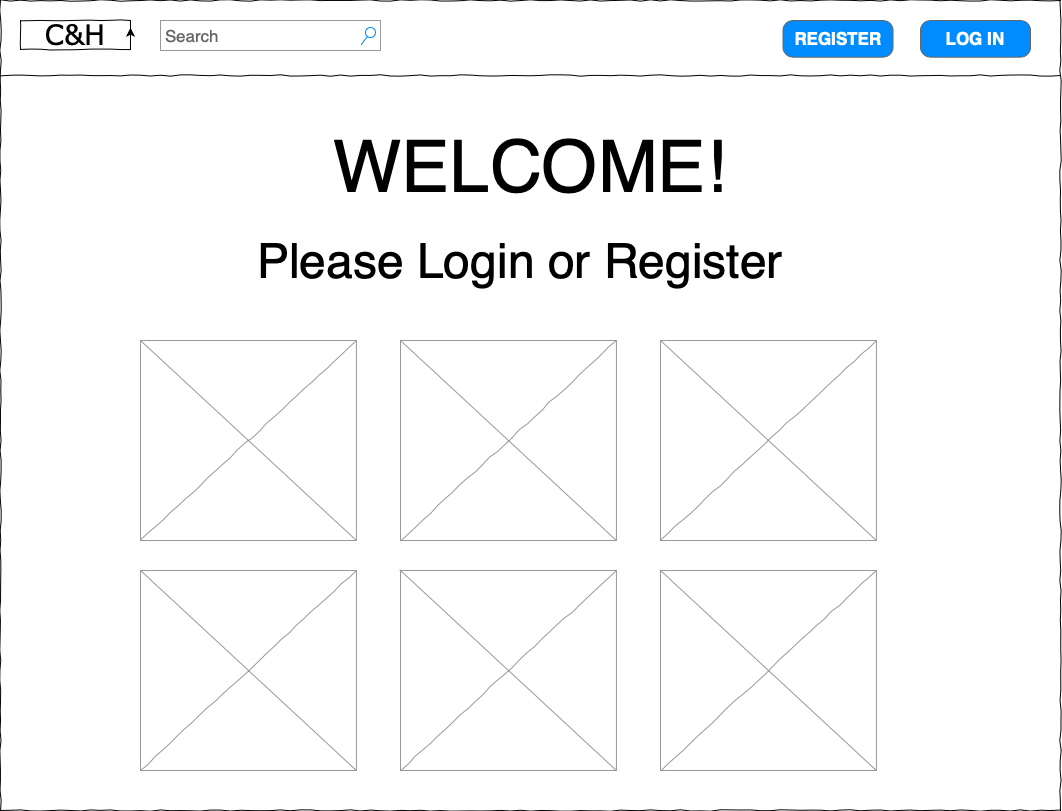
hannaohandrews/resource_wall keeps this draw.io diagram as updated_wireframes/1_homepage_not_logged-in.png. Above is the earlier version. Source tidied: cells renumbered, new cells last; positions are measured from the earlier drawing's top-left corner, leaving out a move shared by most shapes.
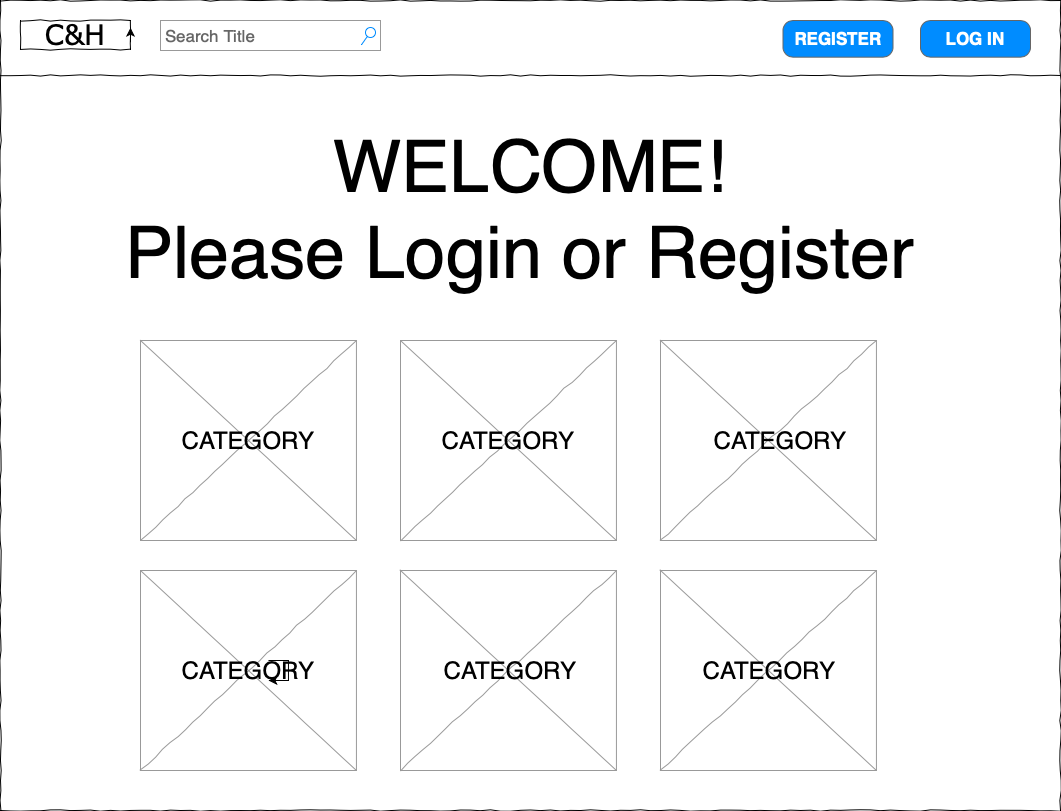
The same file after the commit.

Diff of the diagram source:
```diff
@@ -8,7 +8,7 @@
     <mxCell id="3" value="C&amp;amp;H" style="whiteSpace=wrap;html=1;rounded=0;shadow=0;labelBackgroundColor=none;strokeWidth=1;fontFamily=Verdana;fontSize=28;align=center;comic=1;" parent="1" vertex="1">
       <mxGeometry x="20" y="20" width="110" height="28.9" as="geometry" />
     </mxCell>
-    <mxCell id="4" value="Search" style="strokeWidth=1;shadow=0;dashed=0;align=center;html=1;shape=mxgraph.mockup.forms.searchBox;strokeColor=#999999;mainText=;strokeColor2=#008cff;fontColor=#666666;fontSize=17;align=left;spacingLeft=3;rounded=0;labelBackgroundColor=none;comic=1;" parent="1" vertex="1">
+    <mxCell id="4" value="Search Title" style="strokeWidth=1;shadow=0;dashed=0;align=center;html=1;shape=mxgraph.mockup.forms.searchBox;strokeColor=#999999;mainText=;strokeColor2=#008cff;fontColor=#666666;fontSize=17;align=left;spacingLeft=3;rounded=0;labelBackgroundColor=none;comic=1;" parent="1" vertex="1">
       <mxGeometry x="160" y="20" width="220" height="30" as="geometry" />
     </mxCell>
     <mxCell id="5" style="line;strokeWidth=1;html=1;rounded=0;shadow=0;labelBackgroundColor=none;fillColor=none;fontFamily=Verdana;fontSize=14;fontColor=#000000;align=center;comic=1;" parent="1" vertex="1">
@@ -32,7 +32,7 @@
     <mxCell id="10" value="REGISTER" style="strokeWidth=1;shadow=0;dashed=0;align=center;html=1;shape=mxgraph.mockup.buttons.button;strokeColor=#666666;fontColor=#ffffff;mainText=;buttonStyle=round;fontSize=17;fontStyle=1;fillColor=#008cff;whiteSpace=wrap;" parent="1" vertex="1">
       <mxGeometry x="782.5" y="20" width="110" height="36.7" as="geometry" />
     </mxCell>
-    <mxCell id="11" value="&lt;font&gt;&lt;span style=&quot;font-size: 72px&quot;&gt;WELCOME!&lt;/span&gt;&lt;br&gt;&lt;font style=&quot;font-size: 48px&quot;&gt;Please Login or Register&lt;/font&gt;&lt;/font&gt;&lt;font style=&quot;font-size: 72px&quot;&gt;&amp;nbsp;&lt;/font&gt;" style="text;html=1;strokeColor=none;fillColor=none;align=center;verticalAlign=middle;whiteSpace=wrap;rounded=0;" parent="1" vertex="1">
+    <mxCell id="11" value="&lt;font style=&quot;font-size: 72px&quot;&gt;WELCOME!&lt;br&gt;Please Login or Register&amp;nbsp;&lt;/font&gt;" style="text;html=1;strokeColor=none;fillColor=none;align=center;verticalAlign=middle;whiteSpace=wrap;rounded=0;" parent="1" vertex="1">
       <mxGeometry x="61" y="160" width="937.5" height="100" as="geometry" />
     </mxCell>
     <mxCell id="12" style="verticalLabelPosition=bottom;shadow=0;dashed=0;align=center;html=1;verticalAlign=top;strokeWidth=1;shape=mxgraph.mockup.graphics.simpleIcon;strokeColor=#999999;rounded=0;labelBackgroundColor=none;fontFamily=Verdana;fontSize=14;fontColor=#000000;comic=1;" parent="1" vertex="1">
@@ -50,5 +50,26 @@
     <mxCell id="16" style="verticalLabelPosition=bottom;shadow=0;dashed=0;align=center;html=1;verticalAlign=top;strokeWidth=1;shape=mxgraph.mockup.graphics.simpleIcon;strokeColor=#999999;rounded=0;labelBackgroundColor=none;fontFamily=Verdana;fontSize=14;fontColor=#000000;comic=1;" parent="1" vertex="1">
       <mxGeometry x="660" y="570" width="215.9" height="200" as="geometry" />
     </mxCell>
+    <mxCell id="17" value="&lt;font style=&quot;font-size: 24px&quot;&gt;CATEGORY&lt;/font&gt;" style="text;html=1;strokeColor=none;fillColor=none;align=center;verticalAlign=middle;whiteSpace=wrap;rounded=0;" parent="1" vertex="1">
+      <mxGeometry x="228" y="660" width="40" height="20" as="geometry" />
+    </mxCell>
+    <mxCell id="18" style="edgeStyle=orthogonalEdgeStyle;rounded=0;orthogonalLoop=1;jettySize=auto;html=1;" parent="1" edge="1" source="17" target="17">
+      <mxGeometry relative="1" as="geometry" />
+    </mxCell>
+    <mxCell id="19" value="&lt;font style=&quot;font-size: 24px&quot;&gt;CATEGORY&lt;/font&gt;" style="text;html=1;strokeColor=none;fillColor=none;align=center;verticalAlign=middle;whiteSpace=wrap;rounded=0;" parent="1" vertex="1">
+      <mxGeometry x="490" y="660" width="40" height="20" as="geometry" />
+    </mxCell>
+    <mxCell id="20" value="&lt;font style=&quot;font-size: 24px&quot;&gt;CATEGORY&lt;/font&gt;" style="text;html=1;strokeColor=none;fillColor=none;align=center;verticalAlign=middle;whiteSpace=wrap;rounded=0;" parent="1" vertex="1">
+      <mxGeometry x="749" y="660" width="40" height="20" as="geometry" />
+    </mxCell>
+    <mxCell id="21" value="&lt;font style=&quot;font-size: 24px&quot;&gt;CATEGORY&lt;/font&gt;" style="text;html=1;strokeColor=none;fillColor=none;align=center;verticalAlign=middle;whiteSpace=wrap;rounded=0;" parent="1" vertex="1">
+      <mxGeometry x="228" y="430" width="40" height="20" as="geometry" />
+    </mxCell>
+    <mxCell id="22" value="&lt;font style=&quot;font-size: 24px&quot;&gt;CATEGORY&lt;/font&gt;" style="text;html=1;strokeColor=none;fillColor=none;align=center;verticalAlign=middle;whiteSpace=wrap;rounded=0;" parent="1" vertex="1">
+      <mxGeometry x="488" y="430" width="40" height="20" as="geometry" />
+    </mxCell>
+    <mxCell id="23" value="&lt;font style=&quot;font-size: 24px&quot;&gt;CATEGORY&lt;/font&gt;" style="text;html=1;strokeColor=none;fillColor=none;align=center;verticalAlign=middle;whiteSpace=wrap;rounded=0;" parent="1" vertex="1">
+      <mxGeometry x="760" y="430" width="40" height="20" as="geometry" />
+    </mxCell>
   </root>
 </mxGraphModel>
```
